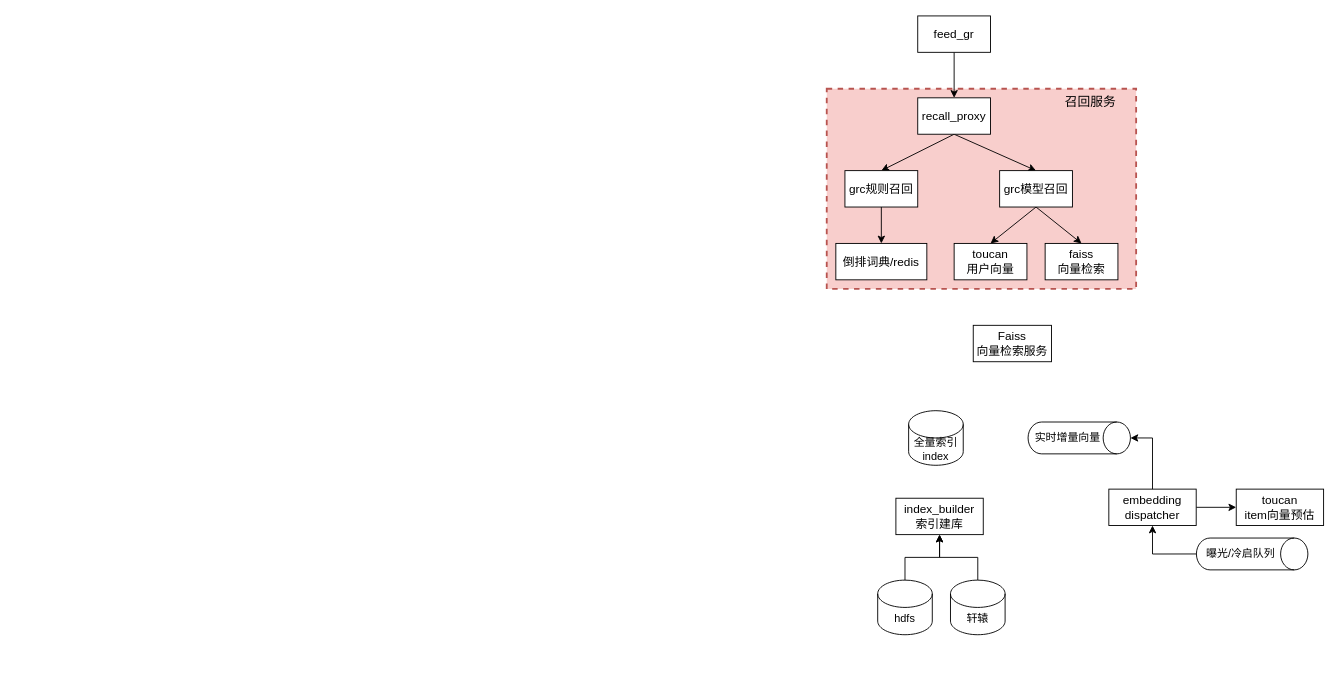
Before: page "第 10 页" (9 of 10) of 推荐系统整体架构.drawio in yantao006/draw_io, a draw.io diagram. Source tidied: cells renumbered, new cells numbered last; positions are measured from the earlier drawing's top-left corner, leaving out a move shared by most shapes. Both pictures are drawn from the tidied source at 91%, with x=0, y=0 at pixel (826, 15).
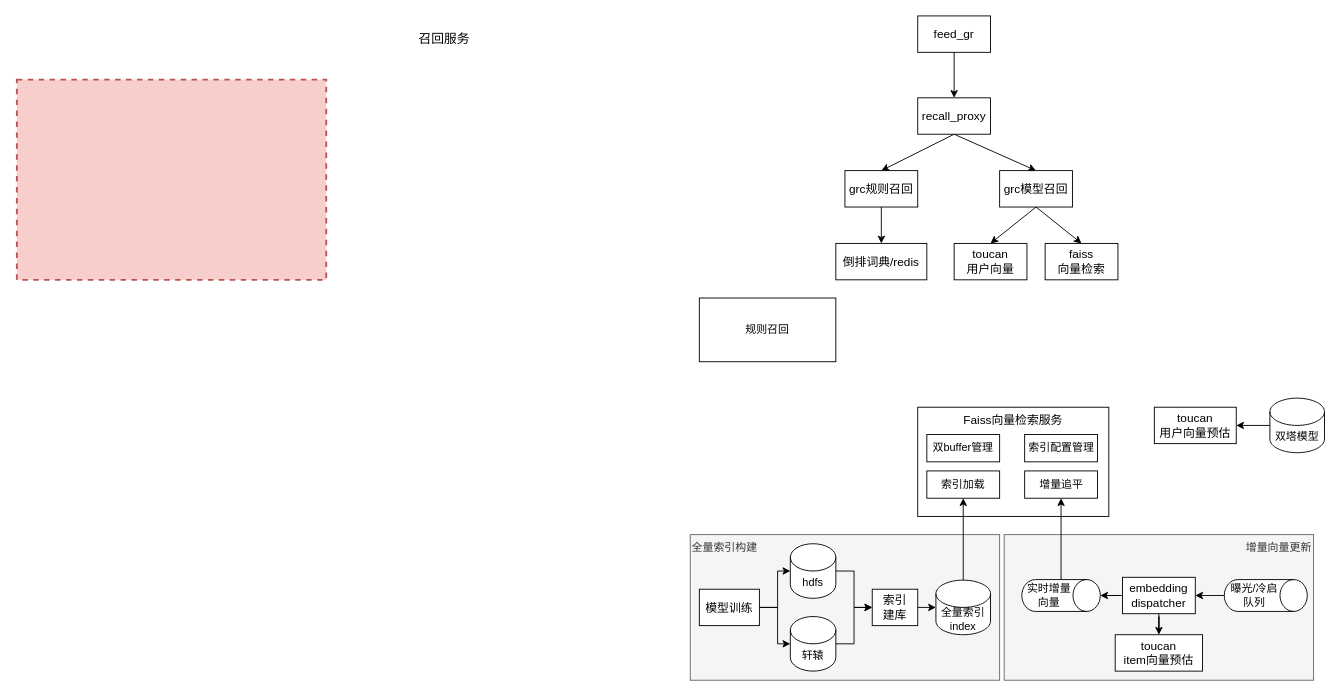
After the change.

Commit message (it also covers changes not shown here):
更新推荐系统整体架构.drawio

Diff of the diagram source:
```diff
@@
+    <mxCell id="31" value="增量向量更新" style="rounded=0;whiteSpace=wrap;html=1;verticalAlign=top;align=right;fillColor=#f5f5f5;fontColor=#333333;strokeColor=#666666;" parent="1" vertex="1">
+      <mxGeometry x="195" y="570" width="340" height="160" as="geometry" />
+    </mxCell>
+    <mxCell id="32" value="全量索引构建" style="rounded=0;whiteSpace=wrap;html=1;verticalAlign=top;align=left;fillColor=#f5f5f5;fontColor=#333333;strokeColor=#666666;" parent="1" vertex="1">
+      <mxGeometry x="-150" y="570" width="340" height="160" as="geometry" />
+    </mxCell>
     <mxCell id="2" style="rounded=0;whiteSpace=wrap;html=1;fontSize=14;fillColor=#f8cecc;dashed=1;strokeWidth=2;strokeColor=#b85450;" parent="1" vertex="1">
-      <mxGeometry y="80" width="340" height="220" as="geometry" />
+      <mxGeometry x="-890" y="70" width="340" height="220" as="geometry" />
     </mxCell>
@@
     <mxCell id="14" value="召回服务" style="text;html=1;strokeColor=none;fillColor=none;align=center;verticalAlign=middle;whiteSpace=wrap;rounded=0;dashed=1;strokeWidth=2;fontSize=14;" parent="1" vertex="1">
-      <mxGeometry x="260" y="80" width="60" height="30" as="geometry" />
+      <mxGeometry x="-450" y="10" width="60" height="30" as="geometry" />
     </mxCell>
@@
-    <mxCell id="17" value="&lt;span style=&quot;font-size: 13px;&quot;&gt;index_builder&lt;/span&gt;&lt;div&gt;&lt;span style=&quot;font-size: 13px;&quot;&gt;索引建库&lt;/span&gt;&lt;/div&gt;" style="rounded=0;whiteSpace=wrap;html=1;" parent="1" vertex="1">
-      <mxGeometry x="76" y="530" width="96" height="40" as="geometry" />
+    <mxCell id="17" value="&lt;div&gt;&lt;span style=&quot;font-size: 13px;&quot;&gt;索引&lt;/span&gt;&lt;/div&gt;&lt;div&gt;&lt;span style=&quot;font-size: 13px;&quot;&gt;建库&lt;/span&gt;&lt;/div&gt;" style="rounded=0;whiteSpace=wrap;html=1;" parent="1" vertex="1">
+      <mxGeometry x="50" y="630" width="50" height="40" as="geometry" />
     </mxCell>
     <mxCell id="18" value="&lt;div&gt;&lt;span style=&quot;font-size: 13px;&quot;&gt;toucan&lt;/span&gt;&lt;/div&gt;&lt;span style=&quot;font-size: 13px;&quot;&gt;item向量预估&lt;/span&gt;" style="rounded=0;whiteSpace=wrap;html=1;" parent="1" vertex="1">
-      <mxGeometry x="450" y="520" width="96" height="40" as="geometry" />
+      <mxGeometry x="317" y="680" width="96" height="40" as="geometry" />
     </mxCell>
-    <mxCell id="19" style="edgeStyle=orthogonalEdgeStyle;rounded=0;jettySize=auto;html=1;exitX=0.5;exitY=0;exitDx=0;exitDy=0;exitPerimeter=0;entryX=0.5;entryY=1;entryDx=0;entryDy=0;" parent="1" edge="1" source="20" target="17">
+    <mxCell id="19" style="edgeStyle=orthogonalEdgeStyle;rounded=0;jettySize=auto;html=1;exitX=1;exitY=0.5;exitDx=0;exitDy=0;exitPerimeter=0;entryX=0;entryY=0.5;entryDx=0;entryDy=0;" parent="1" edge="1" source="20" target="17">
       <mxGeometry relative="1" as="geometry" />
     </mxCell>
     <mxCell id="20" value="hdfs" style="shape=cylinder3;whiteSpace=wrap;html=1;boundedLbl=1;backgroundOutline=1;size=15;" parent="1" vertex="1">
-      <mxGeometry x="56" y="620" width="60" height="60" as="geometry" />
+      <mxGeometry x="-40" y="580" width="50" height="60" as="geometry" />
     </mxCell>
-    <mxCell id="21" style="edgeStyle=orthogonalEdgeStyle;rounded=0;jettySize=auto;html=1;exitX=0.5;exitY=0;exitDx=0;exitDy=0;exitPerimeter=0;entryX=0.5;entryY=1;entryDx=0;entryDy=0;" parent="1" edge="1" source="22" target="17">
+    <mxCell id="21" style="edgeStyle=orthogonalEdgeStyle;rounded=0;jettySize=auto;html=1;exitX=1;exitY=0.5;exitDx=0;exitDy=0;exitPerimeter=0;entryX=0;entryY=0.5;entryDx=0;entryDy=0;" parent="1" edge="1" source="22" target="17">
       <mxGeometry relative="1" as="geometry" />
     </mxCell>
     <mxCell id="22" value="轩辕" style="shape=cylinder3;whiteSpace=wrap;html=1;boundedLbl=1;backgroundOutline=1;size=15;" parent="1" vertex="1">
-      <mxGeometry x="136" y="620" width="60" height="60" as="geometry" />
+      <mxGeometry x="-40" y="660" width="50" height="60" as="geometry" />
     </mxCell>
-    <mxCell id="23" style="edgeStyle=orthogonalEdgeStyle;rounded=0;jettySize=auto;html=1;exitX=0.5;exitY=1;exitDx=0;exitDy=0;exitPerimeter=0;entryX=0.5;entryY=1;entryDx=0;entryDy=0;" parent="1" edge="1" source="24" target="26">
+    <mxCell id="23" style="edgeStyle=orthogonalEdgeStyle;rounded=0;jettySize=auto;html=1;exitX=0.5;exitY=1;exitDx=0;exitDy=0;exitPerimeter=0;entryX=1;entryY=0.5;entryDx=0;entryDy=0;" parent="1" edge="1" source="24" target="26">
       <mxGeometry relative="1" as="geometry" />
     </mxCell>
     <mxCell id="24" value="曝光/冷启队列" style="shape=cylinder3;whiteSpace=wrap;html=1;boundedLbl=1;backgroundOutline=1;size=15;rotation=90;textDirection=ltr;verticalAlign=middle;horizontal=0;" parent="1" vertex="1">
-      <mxGeometry x="450" y="530" width="35" height="122.5" as="geometry" />
+      <mxGeometry x="465" y="591.3" width="35" height="91.2" as="geometry" />
     </mxCell>
+    <mxCell id="29" style="edgeStyle=orthogonalEdgeStyle;rounded=0;jettySize=auto;html=1;exitX=0;exitY=0.5;exitDx=0;exitDy=0;" parent="1" edge="1" source="26" target="28">
+      <mxGeometry relative="1" as="geometry" />
+    </mxCell>
-    <mxCell id="25" style="edgeStyle=orthogonalEdgeStyle;rounded=0;jettySize=auto;html=1;exitX=1;exitY=0.5;exitDx=0;exitDy=0;" parent="1" edge="1" source="26" target="18">
+    <mxCell id="25" style="edgeStyle=orthogonalEdgeStyle;rounded=0;jettySize=auto;html=1;exitX=0.5;exitY=1;exitDx=0;exitDy=0;" parent="1" edge="1" source="26" target="18">
       <mxGeometry relative="1" as="geometry" />
     </mxCell>
     <mxCell id="26" value="&lt;span style=&quot;font-size: 13px;&quot;&gt;embedding&lt;/span&gt;&lt;div&gt;&lt;span style=&quot;font-size: 13px;&quot;&gt;dispatcher&lt;/span&gt;&lt;/div&gt;" style="rounded=0;whiteSpace=wrap;html=1;" parent="1" vertex="1">
-      <mxGeometry x="310" y="520" width="96" height="40" as="geometry" />
+      <mxGeometry x="325" y="616.9" width="80" height="40" as="geometry" />
     </mxCell>
-    <mxCell id="27" value="&lt;div&gt;&lt;span style=&quot;font-size: 13px;&quot;&gt;Faiss&lt;/span&gt;&lt;/div&gt;&lt;span style=&quot;font-size: 13px;&quot;&gt;向量检索服务&lt;/span&gt;" style="rounded=0;whiteSpace=wrap;html=1;" parent="1" vertex="1">
-      <mxGeometry x="161" y="340" width="86" height="40" as="geometry" />
+    <mxCell id="27" value="&lt;div&gt;&lt;span style=&quot;font-size: 13px;&quot;&gt;Faiss&lt;/span&gt;&lt;span style=&quot;font-size: 13px; background-color: transparent; color: light-dark(rgb(0, 0, 0), rgb(255, 255, 255));&quot;&gt;向量检索服务&lt;/span&gt;&lt;/div&gt;" style="rounded=0;whiteSpace=wrap;html=1;verticalAlign=top;" parent="1" vertex="1">
+      <mxGeometry x="100" y="430" width="210" height="120" as="geometry" />
     </mxCell>
+    <mxCell id="33" style="edgeStyle=orthogonalEdgeStyle;rounded=0;jettySize=auto;html=1;exitX=0;exitY=0.5;exitDx=0;exitDy=0;exitPerimeter=0;entryX=0.5;entryY=1;entryDx=0;entryDy=0;" parent="1" edge="1" source="28" target="40">
+      <mxGeometry relative="1" as="geometry" />
+    </mxCell>
     <mxCell id="28" value="实时增量向量" style="shape=cylinder3;whiteSpace=wrap;html=1;boundedLbl=1;backgroundOutline=1;size=15;rotation=90;textDirection=ltr;verticalAlign=middle;horizontal=0;" parent="1" vertex="1">
-      <mxGeometry x="260" y="407.5" width="35" height="112.5" as="geometry" />
+      <mxGeometry x="240" y="593.8" width="35" height="86.2" as="geometry" />
     </mxCell>
-    <mxCell id="29" style="edgeStyle=orthogonalEdgeStyle;rounded=0;jettySize=auto;html=1;exitX=0.5;exitY=0;exitDx=0;exitDy=0;entryX=0.5;entryY=0;entryDx=0;entryDy=0;entryPerimeter=0;" parent="1" edge="1" source="26" target="28">
-      <mxGeometry relative="1" as="geometry" />
-    </mxCell>
+    <mxCell id="34" style="edgeStyle=orthogonalEdgeStyle;rounded=0;jettySize=auto;html=1;exitX=0.5;exitY=0;exitDx=0;exitDy=0;exitPerimeter=0;entryX=0.5;entryY=1;entryDx=0;entryDy=0;" parent="1" edge="1" source="30" target="39">
+      <mxGeometry relative="1" as="geometry" />
+    </mxCell>
     <mxCell id="30" value="全量索引&lt;div&gt;index&lt;/div&gt;" style="shape=cylinder3;whiteSpace=wrap;html=1;boundedLbl=1;backgroundOutline=1;size=15;" parent="1" vertex="1">
-      <mxGeometry x="90" y="433.8" width="60" height="60" as="geometry" />
+      <mxGeometry x="120" y="620" width="60" height="60" as="geometry" />
     </mxCell>
+    <mxCell id="35" style="edgeStyle=orthogonalEdgeStyle;rounded=0;jettySize=auto;html=1;exitX=1;exitY=0.5;exitDx=0;exitDy=0;" parent="1" edge="1" source="36" target="20">
+      <mxGeometry relative="1" as="geometry" />
+    </mxCell>
+    <mxCell id="36" value="&lt;span style=&quot;font-size: 13px;&quot;&gt;模型训练&lt;/span&gt;" style="rounded=0;whiteSpace=wrap;html=1;" parent="1" vertex="1">
+      <mxGeometry x="-140" y="630" width="66" height="40" as="geometry" />
+    </mxCell>
+    <mxCell id="37" style="edgeStyle=orthogonalEdgeStyle;rounded=0;jettySize=auto;html=1;exitX=1;exitY=0.5;exitDx=0;exitDy=0;entryX=0;entryY=0.5;entryDx=0;entryDy=0;entryPerimeter=0;" parent="1" edge="1" source="36" target="22">
+      <mxGeometry relative="1" as="geometry" />
+    </mxCell>
+    <mxCell id="38" style="edgeStyle=orthogonalEdgeStyle;rounded=0;jettySize=auto;html=1;exitX=1;exitY=0.5;exitDx=0;exitDy=0;entryX=0;entryY=0.5;entryDx=0;entryDy=0;entryPerimeter=0;" parent="1" edge="1" source="17" target="30">
+      <mxGeometry relative="1" as="geometry" />
+    </mxCell>
+    <mxCell id="39" value="索引加载" style="rounded=0;whiteSpace=wrap;html=1;" parent="1" vertex="1">
+      <mxGeometry x="110" y="500" width="80" height="30" as="geometry" />
+    </mxCell>
+    <mxCell id="40" value="增量追平" style="rounded=0;whiteSpace=wrap;html=1;" parent="1" vertex="1">
+      <mxGeometry x="217.5" y="500" width="80" height="30" as="geometry" />
+    </mxCell>
+    <mxCell id="41" value="双buffer管理" style="rounded=0;whiteSpace=wrap;html=1;" parent="1" vertex="1">
+      <mxGeometry x="110" y="460" width="80" height="30" as="geometry" />
+    </mxCell>
+    <mxCell id="42" value="索引配置管理" style="rounded=0;whiteSpace=wrap;html=1;" parent="1" vertex="1">
+      <mxGeometry x="217.5" y="460" width="80" height="30" as="geometry" />
+    </mxCell>
+    <mxCell id="43" value="规则召回" style="rounded=0;whiteSpace=wrap;html=1;" parent="1" vertex="1">
+      <mxGeometry x="-140" y="310" width="150" height="70" as="geometry" />
+    </mxCell>
+    <mxCell id="44" value="&lt;span style=&quot;font-size: 13px;&quot;&gt;toucan&lt;br&gt;用户向量预估&lt;br&gt;&lt;/span&gt;" style="rounded=0;whiteSpace=wrap;html=1;" parent="1" vertex="1">
+      <mxGeometry x="360" y="430" width="90" height="40" as="geometry" />
+    </mxCell>
+    <mxCell id="45" style="edgeStyle=orthogonalEdgeStyle;rounded=0;jettySize=auto;html=1;exitX=0;exitY=0.5;exitDx=0;exitDy=0;exitPerimeter=0;entryX=1;entryY=0.5;entryDx=0;entryDy=0;" parent="1" edge="1" source="46" target="44">
+      <mxGeometry relative="1" as="geometry" />
+    </mxCell>
+    <mxCell id="46" value="双塔模型" style="shape=cylinder3;whiteSpace=wrap;html=1;boundedLbl=1;backgroundOutline=1;size=15;" parent="1" vertex="1">
+      <mxGeometry x="487" y="420" width="60" height="60" as="geometry" />
+    </mxCell>
```
